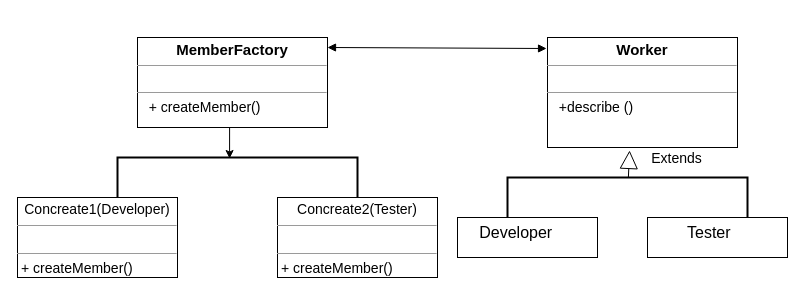
MaksShadows/Patterns keeps this draw.io diagram as creational/factory/factory.drawio. Above is the earlier version. Source tidied: cells renumbered, new cells numbered last; positions are measured from the earlier drawing's top-left corner, leaving out a move shared by most shapes. Both pictures are drawn from the tidied source at 100%, with x=0, y=0 at pixel (17, 37).
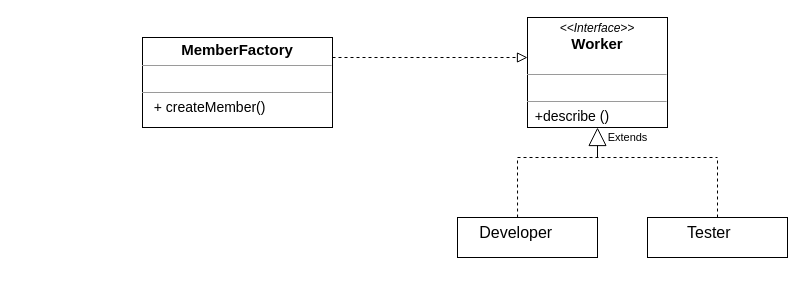
After the change.

Change to the diagram source:
```diff
@@
 <mxGraphModel>
   <root>
     <mxCell id="0" />
     <mxCell id="1" parent="0" />
-    <mxCell id="2" value="&lt;p style=&quot;margin: 4px 0px 0px ; text-align: center&quot;&gt;&lt;b style=&quot;font-size: 15px&quot;&gt;Worker&lt;/b&gt;&lt;br&gt;&lt;/p&gt;&lt;hr size=&quot;1&quot;&gt;&lt;p style=&quot;margin: 0px ; margin-left: 4px&quot;&gt;&lt;br&gt;&lt;/p&gt;&lt;hr size=&quot;1&quot;&gt;&lt;p style=&quot;text-align: justify ; margin: 0px 0px 0px 4px&quot;&gt;&lt;font style=&quot;font-size: 14px&quot;&gt;&amp;nbsp; +describe ()&lt;/font&gt;&lt;/p&gt;" style="verticalAlign=top;align=left;overflow=fill;fontSize=12;fontFamily=Helvetica;html=1;" parent="1" vertex="1">
-      <mxGeometry x="530" width="190" height="110" as="geometry" />
-    </mxCell>
-    <mxCell id="3" style="edgeStyle=orthogonalEdgeStyle;rounded=0;jettySize=auto;html=1;exitX=0.5;exitY=1;exitDx=0;exitDy=0;entryX=0.025;entryY=0.533;entryDx=0;entryDy=0;entryPerimeter=0;" parent="1" edge="1" source="4" target="7">
-      <mxGeometry relative="1" as="geometry" />
-    </mxCell>
     <mxCell id="4" value="&lt;p style=&quot;margin: 0px ; margin-top: 4px ; text-align: center&quot;&gt;&lt;span style=&quot;font-size: 15px&quot;&gt;&lt;b&gt;MemberFactory&lt;/b&gt;&lt;/span&gt;&lt;br&gt;&lt;/p&gt;&lt;hr size=&quot;1&quot;&gt;&lt;p style=&quot;margin: 0px ; margin-left: 4px&quot;&gt;&lt;br&gt;&lt;/p&gt;&lt;hr size=&quot;1&quot;&gt;&lt;p style=&quot;text-align: justify ; margin: 0px 0px 0px 4px&quot;&gt;&lt;font style=&quot;font-size: 14px&quot;&gt;&amp;nbsp; + createMember()&lt;/font&gt;&lt;br&gt;&lt;/p&gt;" style="verticalAlign=top;align=left;overflow=fill;fontSize=12;fontFamily=Helvetica;html=1;" parent="1" vertex="1">
-      <mxGeometry x="120" width="190" height="90" as="geometry" />
+      <mxGeometry x="125" width="190" height="90" as="geometry" />
     </mxCell>
-    <mxCell id="5" value="&lt;p style=&quot;text-align: center ; margin: 4px 0px 0px ; font-size: 14px&quot;&gt;&lt;font style=&quot;font-size: 14px&quot;&gt;Concreate1(Developer)&lt;/font&gt;&lt;/p&gt;&lt;hr size=&quot;1&quot; style=&quot;text-align: justify ; font-size: 14px&quot;&gt;&lt;p style=&quot;text-align: justify ; margin: 0px 0px 0px 4px&quot;&gt;&lt;br&gt;&lt;/p&gt;&lt;hr size=&quot;1&quot; style=&quot;text-align: justify&quot;&gt;&lt;p style=&quot;text-align: justify ; margin: 0px 0px 0px 4px&quot;&gt;&lt;font style=&quot;font-size: 14px&quot;&gt;+ createMember()&lt;/font&gt;&lt;/p&gt;" style="verticalAlign=top;align=left;overflow=fill;fontSize=12;fontFamily=Helvetica;html=1;" parent="1" vertex="1">
-      <mxGeometry y="160" width="160" height="80" as="geometry" />
-    </mxCell>
-    <mxCell id="6" value="&lt;p style=&quot;text-align: center ; margin: 4px 0px 0px ; font-size: 14px&quot;&gt;&lt;font style=&quot;font-size: 14px&quot;&gt;Concreate2(Tester)&lt;/font&gt;&lt;/p&gt;&lt;hr size=&quot;1&quot; style=&quot;text-align: justify ; font-size: 14px&quot;&gt;&lt;p style=&quot;text-align: justify ; margin: 0px 0px 0px 4px&quot;&gt;&lt;br&gt;&lt;/p&gt;&lt;hr size=&quot;1&quot; style=&quot;text-align: justify&quot;&gt;&lt;p style=&quot;text-align: justify ; margin: 0px 0px 0px 4px&quot;&gt;&lt;font style=&quot;font-size: 14px&quot;&gt;+ createMember()&lt;/font&gt;&lt;/p&gt;" style="verticalAlign=top;align=left;overflow=fill;fontSize=12;fontFamily=Helvetica;html=1;" parent="1" vertex="1">
-      <mxGeometry x="260" y="160" width="160" height="80" as="geometry" />
-    </mxCell>
-    <mxCell id="7" style="strokeWidth=2;html=1;shape=mxgraph.flowchart.annotation_1;align=left;rotation=90;" parent="1" vertex="1">
-      <mxGeometry x="200" y="20" width="40" height="240" as="geometry" />
-    </mxCell>
-    <mxCell id="8" style="strokeWidth=2;html=1;shape=mxgraph.flowchart.annotation_1;align=left;rotation=90;" parent="1" vertex="1">
-      <mxGeometry x="590" y="40" width="40" height="240" as="geometry" />
-    </mxCell>
-    <mxCell id="9" value="&lt;font style=&quot;font-size: 14px&quot;&gt;Extends&lt;/font&gt;" style="endArrow=block;endSize=16;endFill=0;html=1;entryX=0.432;entryY=1.027;entryDx=0;entryDy=0;entryPerimeter=0;" parent="1" edge="1" source="8" target="2">
-      <mxGeometry x="0.52" y="-47" relative="1" as="geometry" />
-    </mxCell>
     <mxCell id="10" value="&lt;p style=&quot;margin: 0px ; margin-top: 4px ; text-align: center&quot;&gt;&lt;/p&gt;&lt;div style=&quot;height: 2px&quot;&gt;&lt;font style=&quot;font-size: 16px&quot;&gt;&lt;br&gt;&lt;/font&gt;&lt;/div&gt;&lt;div style=&quot;height: 2px&quot;&gt;&lt;font style=&quot;font-size: 16px&quot;&gt;&amp;nbsp; &amp;nbsp; &amp;nbsp;Developer&lt;/font&gt;&lt;/div&gt;" style="verticalAlign=top;align=left;overflow=fill;fontSize=12;fontFamily=Helvetica;html=1;" parent="1" vertex="1">
       <mxGeometry x="440" y="180" width="140" height="40" as="geometry" />
     </mxCell>
     <mxCell id="11" value="&lt;p style=&quot;margin: 0px ; margin-top: 4px ; text-align: center&quot;&gt;&lt;/p&gt;&lt;div style=&quot;height: 2px&quot;&gt;&lt;font style=&quot;font-size: 16px&quot;&gt;&lt;br&gt;&lt;/font&gt;&lt;/div&gt;&lt;div style=&quot;height: 2px&quot;&gt;&lt;font style=&quot;font-size: 16px&quot;&gt;&amp;nbsp; &amp;nbsp; &amp;nbsp; &amp;nbsp; &amp;nbsp;Tester&lt;/font&gt;&lt;/div&gt;" style="verticalAlign=top;align=left;overflow=fill;fontSize=12;fontFamily=Helvetica;html=1;" parent="1" vertex="1">
       <mxGeometry x="630" y="180" width="140" height="40" as="geometry" />
     </mxCell>
-    <mxCell id="12" style="endArrow=block;startArrow=block;endFill=1;startFill=1;html=1;entryX=-0.005;entryY=0.1;entryDx=0;entryDy=0;entryPerimeter=0;" parent="1" edge="1" target="2">
-      <mxGeometry relative="1" as="geometry">
-        <mxPoint x="310" y="10" as="sourcePoint" />
-      </mxGeometry>
-    </mxCell>
+    <mxCell id="13" value="&lt;p style=&quot;margin: 0px ; margin-top: 4px ; text-align: center&quot;&gt;&lt;i&gt;&amp;lt;&amp;lt;Interface&amp;gt;&amp;gt;&lt;/i&gt;&lt;br&gt;&lt;b style=&quot;font-size: 15px&quot;&gt;Worker&lt;/b&gt;&lt;/p&gt;&lt;br style=&quot;text-align: center&quot;&gt;&lt;hr size=&quot;1&quot;&gt;&lt;p style=&quot;margin: 0px ; margin-left: 4px&quot;&gt;&lt;br&gt;&lt;/p&gt;&lt;hr size=&quot;1&quot;&gt;&lt;p style=&quot;margin: 0px ; margin-left: 4px&quot;&gt;&lt;/p&gt;&lt;span style=&quot;font-size: 14px ; text-align: justify&quot;&gt;&amp;nbsp; +describe ()&lt;/span&gt;" style="verticalAlign=top;align=left;overflow=fill;fontSize=12;fontFamily=Helvetica;html=1;" parent="1" vertex="1">
+      <mxGeometry x="510" y="-20" width="140" height="110" as="geometry" />
+    </mxCell>
+    <mxCell id="14" style="endArrow=none;dashed=1;html=1;exitX=0.429;exitY=0;exitDx=0;exitDy=0;exitPerimeter=0;" parent="1" edge="1" source="10">
+      <mxGeometry relative="1" as="geometry">
+        <mxPoint x="500" y="120" as="targetPoint" />
+      </mxGeometry>
+    </mxCell>
+    <mxCell id="15" style="endArrow=none;dashed=1;html=1;" parent="1" edge="1">
+      <mxGeometry relative="1" as="geometry">
+        <mxPoint x="700" y="180" as="sourcePoint" />
+        <mxPoint x="700" y="120" as="targetPoint" />
+      </mxGeometry>
+    </mxCell>
+    <mxCell id="16" style="endArrow=none;dashed=1;html=1;" parent="1" edge="1">
+      <mxGeometry relative="1" as="geometry">
+        <mxPoint x="500" y="120" as="sourcePoint" />
+        <mxPoint x="700" y="120" as="targetPoint" />
+      </mxGeometry>
+    </mxCell>
+    <mxCell id="9" value="Extends" style="endArrow=block;endSize=16;endFill=0;html=1;entryX=0.5;entryY=1;entryDx=0;entryDy=0;" parent="1" edge="1" target="13">
+      <mxGeometry x="0.33" y="-30" relative="1" as="geometry">
+        <mxPoint x="580" y="120" as="sourcePoint" />
+      </mxGeometry>
+    </mxCell>
+    <mxCell id="17" style="endArrow=block;startArrow=none;endFill=0;startFill=0;endSize=8;html=1;verticalAlign=bottom;dashed=1;labelBackgroundColor=none;" parent="1" edge="1">
+      <mxGeometry relative="1" as="geometry">
+        <mxPoint x="315" y="20" as="sourcePoint" />
+        <mxPoint x="510" y="20" as="targetPoint" />
+      </mxGeometry>
+    </mxCell>
   </root>
 </mxGraphModel>
```
